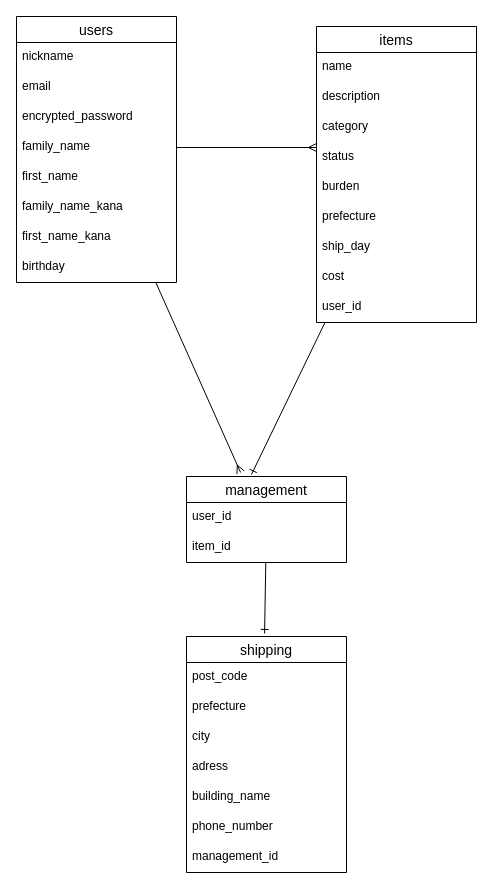
This is test.dio from shun-ya/furima-37172, a draw.io file, before an edit. Source tidied: cells renumbered, new cells numbered last; positions are measured from the earlier drawing's top-left corner, leaving out a move shared by most shapes. Both pictures are drawn from the tidied source at 100%, with x=0, y=0 at pixel (16, 16).
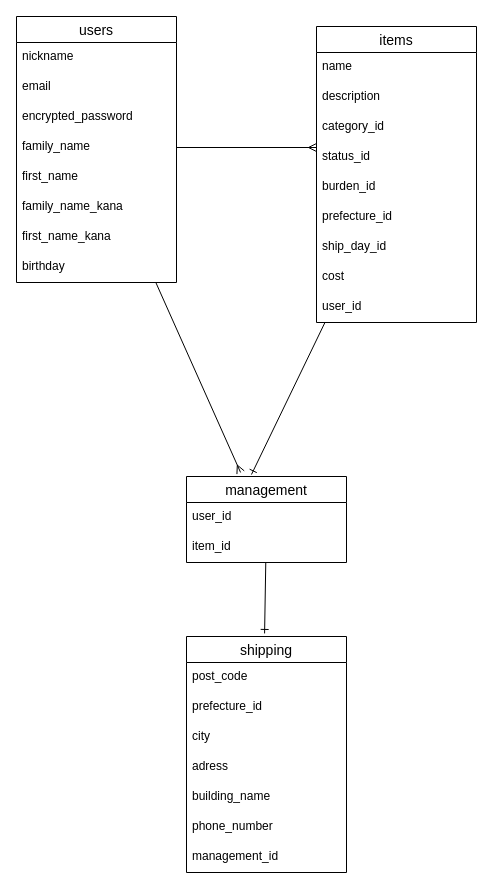
The same diagram, later.

Commit message:
データベース修正７

Unchanged cells that the change refers to:
```xml
<mxCell id="13" value="items" style="swimlane;fontStyle=0;horizontal=1;startSize=26;align=center;fontSize=14;" parent="1" vertex="1">
  <mxGeometry x="300" y="10" width="160" height="296" as="geometry" />
</mxCell>
<mxCell id="24" value="shipping" style="swimlane;fontStyle=0;horizontal=1;startSize=26;align=center;fontSize=14;" parent="1" vertex="1">
  <mxGeometry x="170" y="620" width="160" height="236" as="geometry" />
</mxCell>
```

Diff of the diagram source:
```diff
@@
-    <mxCell id="16" value="category" style="text;strokeColor=none;fillColor=none;spacingLeft=4;spacingRight=4;overflow=hidden;fontSize=12;" parent="13" vertex="1">
+    <mxCell id="16" value="category_id" style="text;strokeColor=none;fillColor=none;spacingLeft=4;spacingRight=4;overflow=hidden;fontSize=12;" parent="13" vertex="1">
       <mxGeometry y="86" width="160" height="30" as="geometry" />
     </mxCell>
-    <mxCell id="17" value="status" style="text;strokeColor=none;fillColor=none;spacingLeft=4;spacingRight=4;overflow=hidden;points=[[0,0.5],[1,0.5]];portConstraint=eastwest;fontSize=12;" parent="13" vertex="1">
+    <mxCell id="17" value="status_id" style="text;strokeColor=none;fillColor=none;spacingLeft=4;spacingRight=4;overflow=hidden;points=[[0,0.5],[1,0.5]];portConstraint=eastwest;fontSize=12;" parent="13" vertex="1">
       <mxGeometry y="116" width="160" height="30" as="geometry" />
     </mxCell>
-    <mxCell id="18" value="burden" style="text;strokeColor=none;fillColor=none;spacingLeft=4;spacingRight=4;overflow=hidden;fontSize=12;" parent="13" vertex="1">
+    <mxCell id="18" value="burden_id" style="text;strokeColor=none;fillColor=none;spacingLeft=4;spacingRight=4;overflow=hidden;fontSize=12;" parent="13" vertex="1">
       <mxGeometry y="146" width="160" height="30" as="geometry" />
     </mxCell>
-    <mxCell id="19" value="prefecture" style="text;strokeColor=none;fillColor=none;spacingLeft=4;spacingRight=4;overflow=hidden;fontSize=12;" parent="13" vertex="1">
+    <mxCell id="19" value="prefecture_id" style="text;strokeColor=none;fillColor=none;spacingLeft=4;spacingRight=4;overflow=hidden;fontSize=12;" parent="13" vertex="1">
       <mxGeometry y="176" width="160" height="30" as="geometry" />
     </mxCell>
-    <mxCell id="20" value="ship_day" style="text;strokeColor=none;fillColor=none;spacingLeft=4;spacingRight=4;overflow=hidden;fontSize=12;" parent="13" vertex="1">
+    <mxCell id="20" value="ship_day_id" style="text;strokeColor=none;fillColor=none;spacingLeft=4;spacingRight=4;overflow=hidden;fontSize=12;" parent="13" vertex="1">
       <mxGeometry y="206" width="160" height="30" as="geometry" />
     </mxCell>
@@
-    <mxCell id="26" value="prefecture" style="text;strokeColor=none;fillColor=none;spacingLeft=4;spacingRight=4;overflow=hidden;fontSize=12;" parent="24" vertex="1">
+    <mxCell id="26" value="prefecture_id" style="text;strokeColor=none;fillColor=none;spacingLeft=4;spacingRight=4;overflow=hidden;fontSize=12;" parent="24" vertex="1">
       <mxGeometry y="56" width="160" height="30" as="geometry" />
     </mxCell>
```
